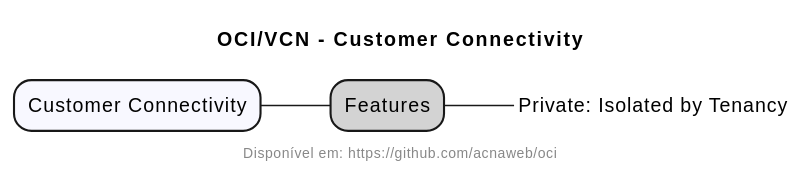
acnaweb/oci keeps this PlantUML diagram as assets/docs/src/connectivity/connectivity.svg. Above is the earlier version. The source it was exported from:
```plantuml
@startmindmap

Title "OCI/VCN - Customer Connectivity"
footer Disponível em: https://github.com/acnaweb/oci

*[#F8F8FF]  Customer Connectivity

**[#LightGray] Features

***_ Private: Isolated by Tenancy

@endmindmap
```
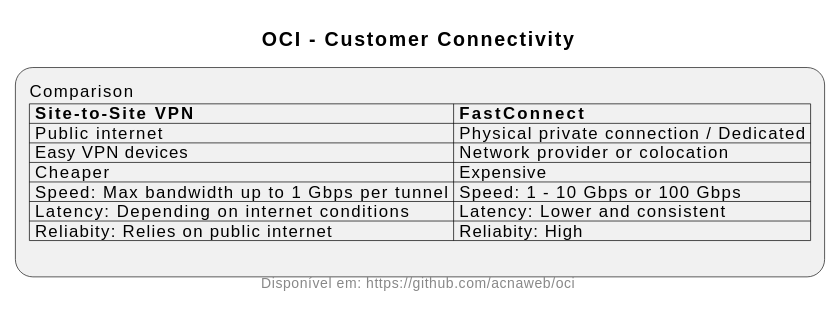
After the change.

What changed in the source:
```diff
@@ -1,12 +1,14 @@
-@startmindmap
-
-Title "OCI/VCN - Customer Connectivity"
+@startuml
+title "OCI - Customer Connectivity"
 footer Disponível em: https://github.com/acnaweb/oci
 
-*[#F8F8FF]  Customer Connectivity
-
-**[#LightGray] Features
-
-***_ Private: Isolated by Tenancy
-
-@endmindmap
+:Comparison
+|= Site-to-Site VPN |= FastConnect |
+| Public internet | Physical private connection / Dedicated |
+| Easy VPN devices | Network provider or colocation |
+| Cheaper | Expensive |
+| Speed: Max bandwidth up to 1 Gbps per tunnel | Speed: 1 - 10 Gbps or 100 Gbps |
+| Latency: Depending on internet conditions | Latency: Lower and consistent |
+| Reliabity: Relies on public internet | Reliabity: High |
+;
+@enduml
```
